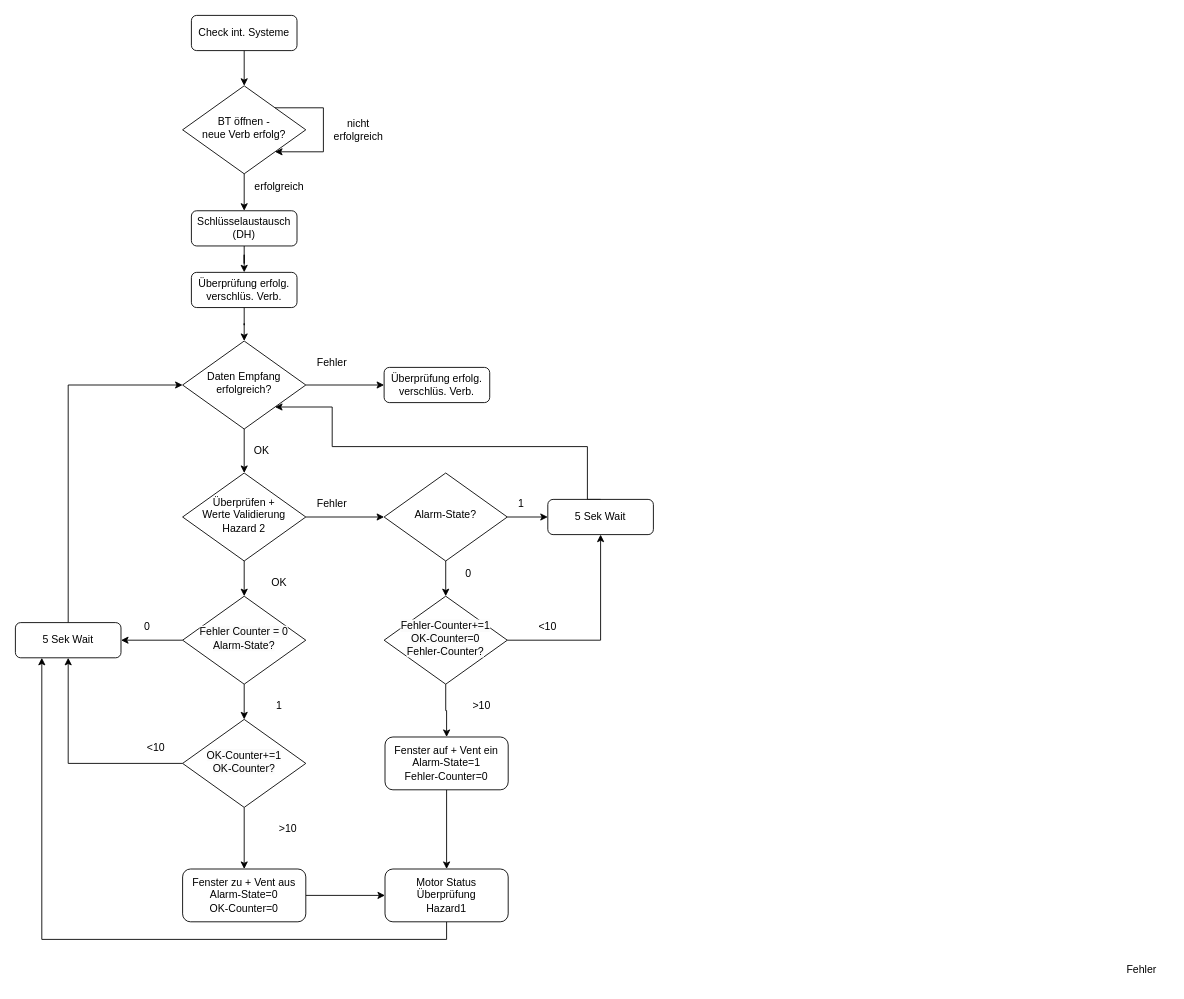
Before: Graphic/ablaufdiag_pi.drawio in apg1034/RoomVentilation, a draw.io diagram. Source tidied: cells renumbered, new cells numbered last; positions are measured from the earlier drawing's top-left corner, leaving out a move shared by most shapes. Both pictures are drawn from the tidied source at 88%, with x=0, y=0 at pixel (15, 15).
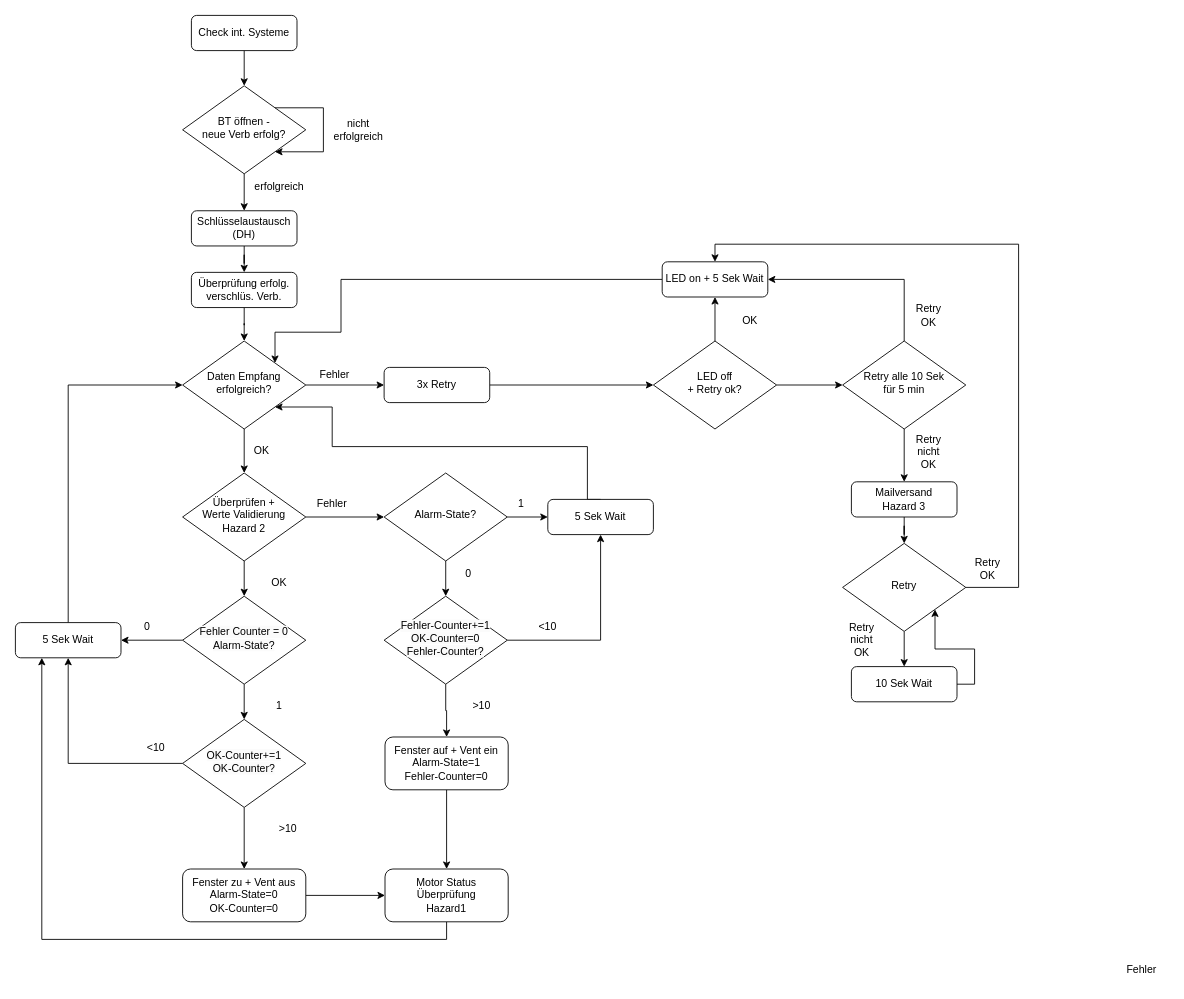
The same diagram, later.

Commit message:
update drawio-files flowchart raspberry & arduino

Unchanged cells that the change refers to:
```xml
<mxCell id="15" value="Daten Empfang&lt;br&gt;erfolgreich?" style="rhombus;whiteSpace=wrap;html=1;shadow=0;fontFamily=Helvetica;fontSize=12;align=center;strokeWidth=1;spacing=6;spacingTop=-4;" parent="1" vertex="1">
  <mxGeometry x="190" y="370" width="140" height="100" as="geometry" />
</mxCell>
```

What changed in the source:
```diff
@@
+    <mxCell id="55" style="edgeStyle=orthogonalEdgeStyle;rounded=0;jettySize=auto;html=1;entryX=0;entryY=0.5;entryDx=0;entryDy=0;" parent="1" edge="1" source="17" target="58">
+      <mxGeometry relative="1" as="geometry" />
+    </mxCell>
-    <mxCell id="17" value="Überprüfung erfolg. verschlüs. Verb." style="rounded=1;whiteSpace=wrap;html=1;fontSize=12;glass=0;strokeWidth=1;shadow=0;" parent="1" vertex="1">
+    <mxCell id="17" value="3x Retry" style="rounded=1;whiteSpace=wrap;html=1;fontSize=12;glass=0;strokeWidth=1;shadow=0;" parent="1" vertex="1">
       <mxGeometry x="419" y="400" width="120" height="40" as="geometry" />
     </mxCell>
     <mxCell id="18" value="Fehler" style="text;html=1;align=center;verticalAlign=middle;whiteSpace=wrap;rounded=0;" parent="1" vertex="1">
-      <mxGeometry x="330" y="380" width="60" height="30" as="geometry" />
+      <mxGeometry x="333" y="394" width="60" height="30" as="geometry" />
     </mxCell>
@@
+    <mxCell id="56" style="edgeStyle=orthogonalEdgeStyle;rounded=0;jettySize=auto;html=1;entryX=0.5;entryY=1;entryDx=0;entryDy=0;" parent="1" edge="1" source="58" target="60">
+      <mxGeometry relative="1" as="geometry" />
+    </mxCell>
+    <mxCell id="57" style="edgeStyle=orthogonalEdgeStyle;rounded=0;jettySize=auto;html=1;entryX=0;entryY=0.5;entryDx=0;entryDy=0;" parent="1" edge="1" source="58" target="64">
+      <mxGeometry relative="1" as="geometry" />
+    </mxCell>
+    <mxCell id="58" value="LED off&lt;br&gt;+ Retry ok?" style="rhombus;whiteSpace=wrap;html=1;shadow=0;fontFamily=Helvetica;fontSize=12;align=center;strokeWidth=1;spacing=6;spacingTop=-4;" parent="1" vertex="1">
+      <mxGeometry x="725" y="370" width="140" height="100" as="geometry" />
+    </mxCell>
+    <mxCell id="59" style="edgeStyle=orthogonalEdgeStyle;rounded=0;jettySize=auto;html=1;entryX=1;entryY=0;entryDx=0;entryDy=0;" parent="1" edge="1" source="60" target="15">
+      <mxGeometry relative="1" as="geometry">
+        <Array as="points">
+          <mxPoint x="370" y="300" />
+          <mxPoint x="370" y="360" />
+          <mxPoint x="295" y="360" />
+        </Array>
+      </mxGeometry>
+    </mxCell>
+    <mxCell id="60" value="LED on + 5 Sek Wait" style="rounded=1;whiteSpace=wrap;html=1;fontSize=12;glass=0;strokeWidth=1;shadow=0;" parent="1" vertex="1">
+      <mxGeometry x="735" y="280" width="120" height="40" as="geometry" />
+    </mxCell>
+    <mxCell id="61" value="OK" style="text;html=1;align=center;verticalAlign=middle;whiteSpace=wrap;rounded=0;" parent="1" vertex="1">
+      <mxGeometry x="805" y="332" width="60" height="30" as="geometry" />
+    </mxCell>
+    <mxCell id="62" style="edgeStyle=orthogonalEdgeStyle;rounded=0;jettySize=auto;html=1;entryX=1;entryY=0.5;entryDx=0;entryDy=0;exitX=0.5;exitY=0;exitDx=0;exitDy=0;" parent="1" edge="1" source="64" target="60">
+      <mxGeometry relative="1" as="geometry" />
+    </mxCell>
+    <mxCell id="63" style="edgeStyle=orthogonalEdgeStyle;rounded=0;jettySize=auto;html=1;entryX=0.5;entryY=0;entryDx=0;entryDy=0;" parent="1" edge="1" source="64" target="67">
+      <mxGeometry relative="1" as="geometry" />
+    </mxCell>
+    <mxCell id="64" value="Retry alle 10 Sek&lt;br&gt;für 5 min" style="rhombus;whiteSpace=wrap;html=1;shadow=0;fontFamily=Helvetica;fontSize=12;align=center;strokeWidth=1;spacing=6;spacingTop=-4;" parent="1" vertex="1">
+      <mxGeometry x="940" y="370" width="140" height="100" as="geometry" />
+    </mxCell>
+    <mxCell id="65" value="&lt;div&gt;Retry&lt;/div&gt;OK" style="text;html=1;align=center;verticalAlign=middle;whiteSpace=wrap;rounded=0;" parent="1" vertex="1">
+      <mxGeometry x="1003" y="320" width="70" height="42" as="geometry" />
+    </mxCell>
+    <mxCell id="66" style="edgeStyle=orthogonalEdgeStyle;rounded=0;jettySize=auto;html=1;entryX=0.5;entryY=0;entryDx=0;entryDy=0;" parent="1" edge="1" source="67" target="71">
+      <mxGeometry relative="1" as="geometry" />
+    </mxCell>
+    <mxCell id="67" value="Mailversand&lt;br&gt;Hazard 3" style="rounded=1;whiteSpace=wrap;html=1;fontSize=12;glass=0;strokeWidth=1;shadow=0;" parent="1" vertex="1">
+      <mxGeometry x="950" y="530" width="120" height="40" as="geometry" />
+    </mxCell>
+    <mxCell id="68" value="&lt;div&gt;Retry&lt;/div&gt;&lt;div&gt;nicht&lt;/div&gt;OK" style="text;html=1;align=center;verticalAlign=middle;whiteSpace=wrap;rounded=0;" parent="1" vertex="1">
+      <mxGeometry x="996" y="470" width="84" height="52" as="geometry" />
+    </mxCell>
+    <mxCell id="69" style="edgeStyle=orthogonalEdgeStyle;rounded=0;jettySize=auto;html=1;entryX=0.5;entryY=0;entryDx=0;entryDy=0;" parent="1" edge="1" source="71" target="60">
+      <mxGeometry relative="1" as="geometry">
+        <Array as="points">
+          <mxPoint x="1140" y="650" />
+          <mxPoint x="1140" y="260" />
+          <mxPoint x="795" y="260" />
+        </Array>
+      </mxGeometry>
+    </mxCell>
+    <mxCell id="70" style="edgeStyle=orthogonalEdgeStyle;rounded=0;jettySize=auto;html=1;entryX=0.5;entryY=0;entryDx=0;entryDy=0;" parent="1" edge="1" source="71" target="73">
+      <mxGeometry relative="1" as="geometry" />
+    </mxCell>
+    <mxCell id="71" value="Retry" style="rhombus;whiteSpace=wrap;html=1;shadow=0;fontFamily=Helvetica;fontSize=12;align=center;strokeWidth=1;spacing=6;spacingTop=-4;" parent="1" vertex="1">
+      <mxGeometry x="940" y="600" width="140" height="100" as="geometry" />
+    </mxCell>
+    <mxCell id="72" value="&lt;div&gt;Retry&lt;/div&gt;OK" style="text;html=1;align=center;verticalAlign=middle;whiteSpace=wrap;rounded=0;" parent="1" vertex="1">
+      <mxGeometry x="1070" y="608" width="70" height="42" as="geometry" />
+    </mxCell>
+    <mxCell id="73" value="10 Sek Wait" style="rounded=1;whiteSpace=wrap;html=1;fontSize=12;glass=0;strokeWidth=1;shadow=0;" parent="1" vertex="1">
+      <mxGeometry x="950" y="740" width="120" height="40" as="geometry" />
+    </mxCell>
+    <mxCell id="74" value="&lt;div&gt;Retry&lt;/div&gt;&lt;div&gt;nicht&lt;/div&gt;OK" style="text;html=1;align=center;verticalAlign=middle;whiteSpace=wrap;rounded=0;" parent="1" vertex="1">
+      <mxGeometry x="920" y="684" width="84" height="52" as="geometry" />
+    </mxCell>
+    <mxCell id="75" style="edgeStyle=orthogonalEdgeStyle;rounded=0;jettySize=auto;html=1;entryX=1;entryY=1;entryDx=0;entryDy=0;exitX=1;exitY=0.5;exitDx=0;exitDy=0;" parent="1" edge="1" source="73" target="71">
+      <mxGeometry relative="1" as="geometry" />
+    </mxCell>
```
